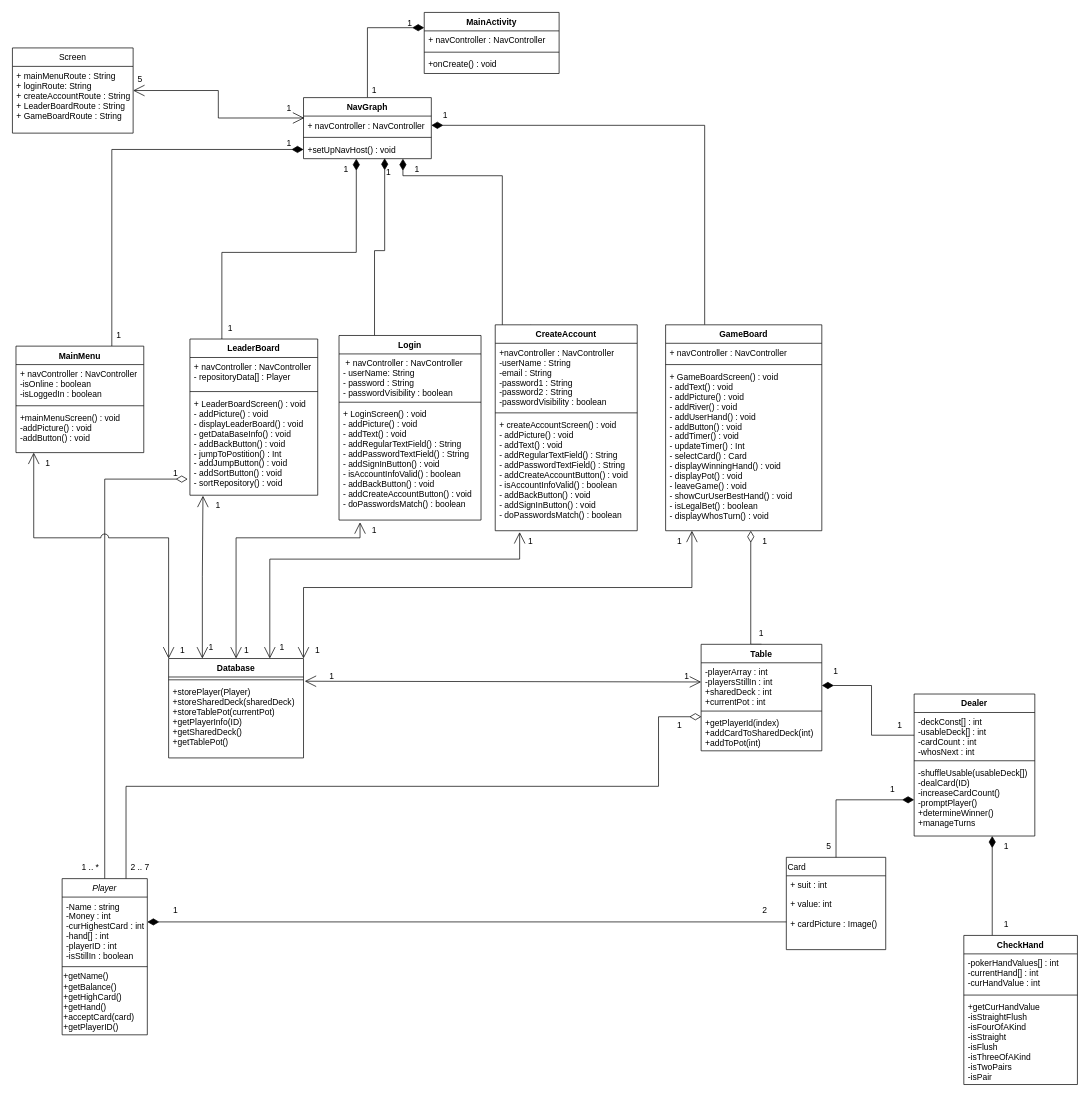
This is ClassDiagramUML.drawio from pierce-powell/ProcessesPoker, a draw.io file, before an edit. Source tidied: cells renumbered, new cells numbered last; positions are measured from the earlier drawing's top-left corner, leaving out a move shared by most shapes. Both pictures are drawn from the tidied source at 71%, with x=0, y=0 at pixel (12, 12).
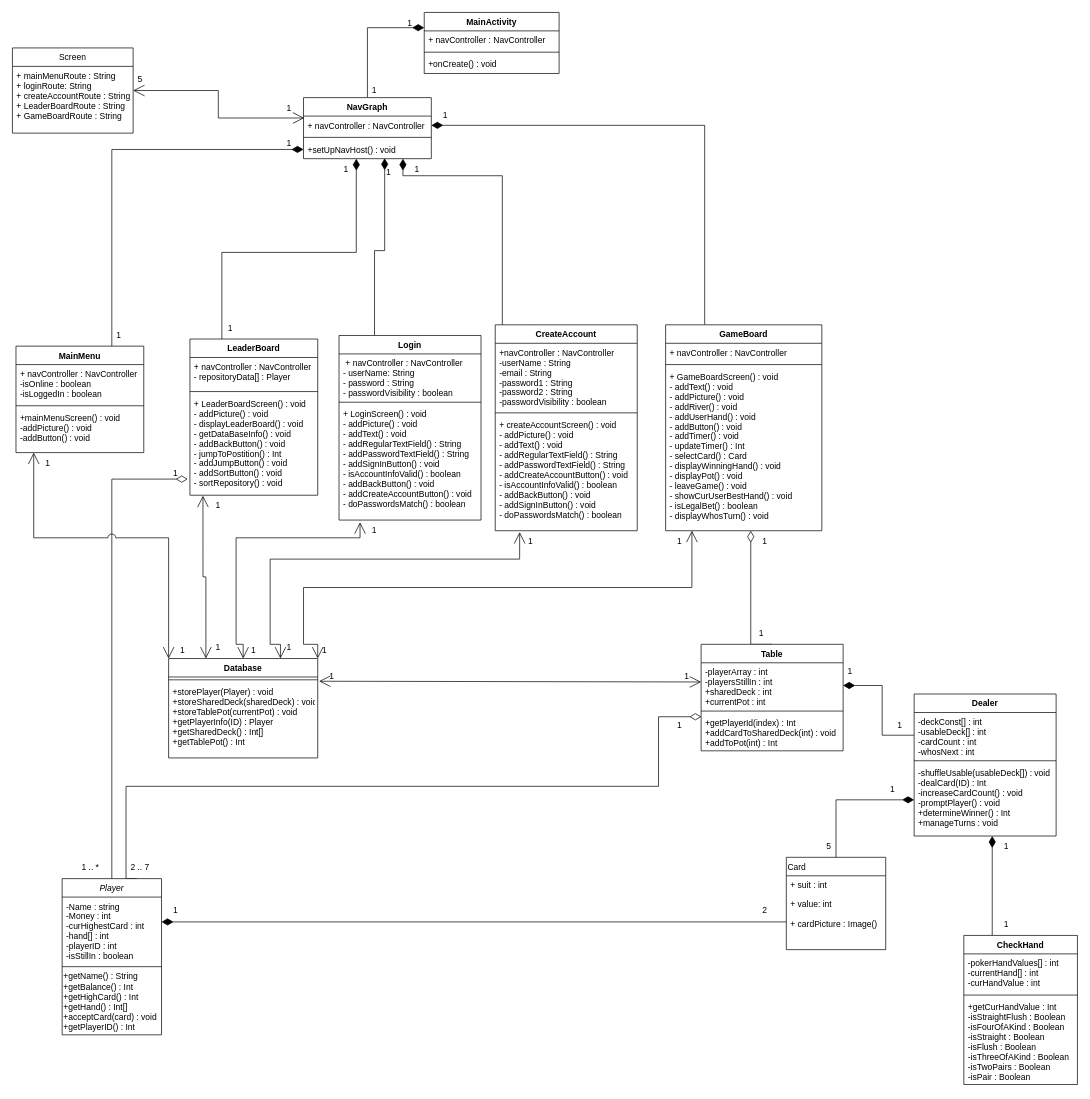
The same page after the edit.

Commit message:
Truly Finished ClassDiagramUML.drawio

Unchanged cells that the change refers to:
```xml
<mxCell id="30" value="CheckHand" style="swimlane;fontStyle=1;align=center;verticalAlign=top;horizontal=1;startSize=26;" parent="1" vertex="1">
  <mxGeometry x="1340" y="1300" width="160" height="210" as="geometry" />
</mxCell>
<mxCell id="52" value="+ createAccountScreen() : void&#10;- addPicture() : void&#10;- addText() : void &#10;- addRegularTextField() : String&#10;- addPasswordTextField() : String&#10;- addCreateAccountButton() : void&#10;- isAccountInfoValid() : boolean&#10;- addBackButton() : void&#10;- addSignInButton() : void&#10;- doPasswordsMatch() : boolean&#10;" style="text;strokeColor=none;fillColor=none;align=left;verticalAlign=top;spacingLeft=4;spacingRight=4;overflow=hidden;points=[[0,0.5],[1,0.5]];portConstraint=eastwest;" parent="49" vertex="1">
  <mxGeometry y="128" width="200" height="162" as="geometry" />
</mxCell>
<mxCell id="57" value="+ LoginScreen() : void&#10;- addPicture() : void&#10;- addText() : void &#10;- addRegularTextField() : String&#10;- addPasswordTextField() : String&#10;- addSignInButton() : void&#10;- isAccountInfoValid() : boolean&#10;- addBackButton() : void&#10;- addCreateAccountButton() : void&#10;- doPasswordsMatch() : boolean" style="text;strokeColor=none;fillColor=none;align=left;verticalAlign=top;spacingLeft=4;spacingRight=4;overflow=hidden;points=[[0,0.5],[1,0.5]];portConstraint=eastwest;" parent="54" vertex="1">
  <mxGeometry y="98" width="200" height="162" as="geometry" />
</mxCell>
```

Change to the diagram source:
```diff
@@
     <mxCell id="4" value="Player" style="swimlane;fontStyle=2;align=center;verticalAlign=top;horizontal=1;startSize=26;rounded=0;shadow=0;strokeWidth=1;" parent="1" vertex="1">
-      <mxGeometry x="70" y="1220" width="120" height="220" as="geometry" />
+      <mxGeometry x="70" y="1220" width="140" height="220" as="geometry" />
     </mxCell>
     <mxCell id="5" value="-Name : string&#10;-Money : int&#10;-curHighestCard : int&#10;-hand[] : int&#10;-playerID : int&#10;-isStillIn : boolean" style="text;align=left;verticalAlign=top;spacingLeft=4;spacingRight=4;overflow=hidden;points=[[0,0.5],[1,0.5]];portConstraint=eastwest;rounded=0;shadow=0;html=0;" parent="4" vertex="1">
-      <mxGeometry y="26" width="120" height="94" as="geometry" />
+      <mxGeometry y="26" width="140" height="94" as="geometry" />
     </mxCell>
     <mxCell id="6" style="line;html=1;strokeWidth=1;align=left;verticalAlign=middle;spacingTop=-1;spacingLeft=3;spacingRight=3;labelPosition=right;" parent="4" vertex="1">
-      <mxGeometry y="120" width="120" height="8" as="geometry" />
+      <mxGeometry y="120" width="140" height="8" as="geometry" />
     </mxCell>
-    <mxCell id="7" value="+getName()&lt;br&gt;+getBalance()&lt;br&gt;+getHighCard()&lt;br&gt;+getHand()&lt;br&gt;+acceptCard(card)&lt;br&gt;+getPlayerID()" style="text;html=1;strokeColor=none;fillColor=none;align=left;verticalAlign=middle;whiteSpace=wrap;rounded=0;" parent="4" vertex="1">
-      <mxGeometry y="128" width="120" height="92" as="geometry" />
+    <mxCell id="7" value="+getName() : String&lt;br&gt;+getBalance() : Int&lt;br&gt;+getHighCard() : Int&lt;br&gt;+getHand() : Int[]&lt;br&gt;+acceptCard(card) : void&lt;br&gt;+getPlayerID() : Int" style="text;html=1;strokeColor=none;fillColor=none;align=left;verticalAlign=middle;whiteSpace=wrap;rounded=0;" parent="4" vertex="1">
+      <mxGeometry y="128" width="140" height="92" as="geometry" />
     </mxCell>
     <mxCell id="8" value="Dealer" style="swimlane;fontStyle=1;align=center;verticalAlign=top;horizontal=1;startSize=26;" parent="1" vertex="1">
-      <mxGeometry x="1270" y="960" width="170" height="200" as="geometry" />
+      <mxGeometry x="1270" y="960" width="200" height="200" as="geometry" />
     </mxCell>
     <mxCell id="9" value="-deckConst[] : int&#10;-usableDeck[] : int&#10;-cardCount : int &#10;-whosNext : int&#10;" style="text;strokeColor=none;fillColor=none;align=left;verticalAlign=top;spacingLeft=4;spacingRight=4;overflow=hidden;points=[[0,0.5],[1,0.5]];portConstraint=eastwest;" parent="8" vertex="1">
-      <mxGeometry y="26" width="170" height="64" as="geometry" />
+      <mxGeometry y="26" width="200" height="64" as="geometry" />
     </mxCell>
     <mxCell id="10" style="line;strokeWidth=1;fillColor=none;align=left;verticalAlign=middle;spacingTop=-1;spacingLeft=3;spacingRight=3;labelPosition=right;" parent="8" vertex="1">
-      <mxGeometry y="90" width="170" height="8" as="geometry" />
+      <mxGeometry y="90" width="200" height="8" as="geometry" />
     </mxCell>
-    <mxCell id="11" value="-shuffleUsable(usableDeck[])&#10;-dealCard(ID) &#10;-increaseCardCount()&#10;-promptPlayer()&#10;+determineWinner()&#10;+manageTurns" style="text;strokeColor=none;fillColor=none;align=left;verticalAlign=top;spacingLeft=4;spacingRight=4;overflow=hidden;points=[[0,0.5],[1,0.5]];portConstraint=eastwest;" parent="8" vertex="1">
-      <mxGeometry y="98" width="170" height="102" as="geometry" />
+    <mxCell id="11" value="-shuffleUsable(usableDeck[]) : void&#10;-dealCard(ID) : Int&#10;-increaseCardCount() : void&#10;-promptPlayer() : void&#10;+determineWinner() : Int&#10;+manageTurns : void" style="text;strokeColor=none;fillColor=none;align=left;verticalAlign=top;spacingLeft=4;spacingRight=4;overflow=hidden;points=[[0,0.5],[1,0.5]];portConstraint=eastwest;" parent="8" vertex="1">
+      <mxGeometry y="98" width="200" height="102" as="geometry" />
     </mxCell>
@@
     <mxCell id="17" value="Table" style="swimlane;fontStyle=1;align=center;verticalAlign=top;horizontal=1;startSize=26;" parent="1" vertex="1">
-      <mxGeometry x="970" y="890" width="170" height="150" as="geometry" />
+      <mxGeometry x="970" y="890" width="200" height="150" as="geometry" />
     </mxCell>
     <mxCell id="18" value="-playerArray : int&#10;-playersStillIn : int&#10;+sharedDeck : int&#10;+currentPot : int" style="text;strokeColor=none;fillColor=none;align=left;verticalAlign=top;spacingLeft=4;spacingRight=4;overflow=hidden;points=[[0,0.5],[1,0.5]];portConstraint=eastwest;" parent="17" vertex="1">
-      <mxGeometry y="26" width="170" height="64" as="geometry" />
+      <mxGeometry y="26" width="200" height="64" as="geometry" />
     </mxCell>
     <mxCell id="19" style="line;strokeWidth=1;fillColor=none;align=left;verticalAlign=middle;spacingTop=-1;spacingLeft=3;spacingRight=3;labelPosition=right;" parent="17" vertex="1">
-      <mxGeometry y="90" width="170" height="8" as="geometry" />
+      <mxGeometry y="90" width="200" height="8" as="geometry" />
     </mxCell>
-    <mxCell id="20" value="+getPlayerId(index)&#10;+addCardToSharedDeck(int)&#10;+addToPot(int)" style="text;strokeColor=none;fillColor=none;align=left;verticalAlign=top;spacingLeft=4;spacingRight=4;overflow=hidden;points=[[0,0.5],[1,0.5]];portConstraint=eastwest;" parent="17" vertex="1">
-      <mxGeometry y="98" width="170" height="52" as="geometry" />
+    <mxCell id="20" value="+getPlayerId(index) : Int&#10;+addCardToSharedDeck(int) : void&#10;+addToPot(int) : Int" style="text;strokeColor=none;fillColor=none;align=left;verticalAlign=top;spacingLeft=4;spacingRight=4;overflow=hidden;points=[[0,0.5],[1,0.5]];portConstraint=eastwest;" parent="17" vertex="1">
+      <mxGeometry y="98" width="200" height="52" as="geometry" />
     </mxCell>
@@
     <mxCell id="22" style="edgeStyle=orthogonalEdgeStyle;rounded=0;jettySize=auto;html=1;exitX=0.5;exitY=0;exitDx=0;exitDy=0;entryX=0.148;entryY=1.019;entryDx=0;entryDy=0;entryPerimeter=0;endArrow=open;endFill=0;strokeWidth=1;endSize=14;startArrow=open;startFill=0;startSize=14;" parent="1" edge="1" source="26" target="57">
       <mxGeometry relative="1" as="geometry">
         <Array as="points">
+          <mxPoint x="325" y="890" />
+          <mxPoint x="315" y="890" />
           <mxPoint x="315" y="740" />
           <mxPoint x="490" y="740" />
         </Array>
       </mxGeometry>
     </mxCell>
     <mxCell id="23" style="edgeStyle=orthogonalEdgeStyle;rounded=0;jettySize=auto;html=1;exitX=0.75;exitY=0;exitDx=0;exitDy=0;entryX=0.172;entryY=1.012;entryDx=0;entryDy=0;entryPerimeter=0;endArrow=open;endFill=0;strokeWidth=1;endSize=14;startArrow=open;startFill=0;startSize=14;" parent="1" edge="1" source="26" target="52">
       <mxGeometry relative="1" as="geometry">
         <Array as="points">
+          <mxPoint x="378" y="890" />
+          <mxPoint x="363" y="890" />
           <mxPoint x="363" y="770" />
           <mxPoint x="714" y="770" />
         </Array>
       </mxGeometry>
     </mxCell>
     <mxCell id="24" style="edgeStyle=orthogonalEdgeStyle;rounded=0;jettySize=auto;html=1;exitX=1;exitY=0;exitDx=0;exitDy=0;endArrow=open;endFill=0;strokeWidth=1;endSize=14;startArrow=open;startFill=0;startSize=14;" parent="1" edge="1" source="26">
       <mxGeometry relative="1" as="geometry">
         <mxPoint x="957" y="730" as="targetPoint" />
         <Array as="points">
+          <mxPoint x="430" y="890" />
+          <mxPoint x="410" y="890" />
           <mxPoint x="410" y="810" />
           <mxPoint x="957" y="810" />
         </Array>
       </mxGeometry>
     </mxCell>
@@
     <mxCell id="26" value="Database" style="swimlane;fontStyle=1;align=center;verticalAlign=top;horizontal=1;startSize=26;" parent="1" vertex="1">
-      <mxGeometry x="220" y="910" width="190" height="140" as="geometry" />
+      <mxGeometry x="220" y="910" width="210" height="140" as="geometry" />
     </mxCell>
     <mxCell id="27" style="line;strokeWidth=1;fillColor=none;align=left;verticalAlign=middle;spacingTop=-1;spacingLeft=3;spacingRight=3;labelPosition=right;points=[];portConstraint=eastwest;" parent="26" vertex="1">
-      <mxGeometry y="26" width="190" height="8" as="geometry" />
+      <mxGeometry y="26" width="210" height="8" as="geometry" />
     </mxCell>
-    <mxCell id="28" value="+storePlayer(Player)&#10;+storeSharedDeck(sharedDeck)&#10;+storeTablePot(currentPot)&#10;+getPlayerInfo(ID)&#10;+getSharedDeck()&#10;+getTablePot()" style="text;strokeColor=none;fillColor=none;align=left;verticalAlign=top;spacingLeft=4;spacingRight=4;overflow=hidden;" parent="26" vertex="1">
-      <mxGeometry y="34" width="190" height="106" as="geometry" />
+    <mxCell id="28" value="+storePlayer(Player) : void&#10;+storeSharedDeck(sharedDeck) : void&#10;+storeTablePot(currentPot) : void&#10;+getPlayerInfo(ID) : Player&#10;+getSharedDeck() : Int[]&#10;+getTablePot() : Int" style="text;strokeColor=none;fillColor=none;align=left;verticalAlign=top;spacingLeft=4;spacingRight=4;overflow=hidden;" parent="26" vertex="1">
+      <mxGeometry y="34" width="210" height="106" as="geometry" />
     </mxCell>
@@
-    <mxCell id="33" value="+getCurHandValue&#10;-isStraightFlush&#10;-isFourOfAKind&#10;-isStraight&#10;-isFlush&#10;-isThreeOfAKind&#10;-isTwoPairs&#10;-isPair" style="text;strokeColor=none;fillColor=none;align=left;verticalAlign=top;spacingLeft=4;spacingRight=4;overflow=hidden;" parent="30" vertex="1">
+    <mxCell id="33" value="+getCurHandValue : Int&#10;-isStraightFlush : Boolean&#10;-isFourOfAKind : Boolean&#10;-isStraight : Boolean&#10;-isFlush : Boolean&#10;-isThreeOfAKind : Boolean&#10;-isTwoPairs : Boolean&#10;-isPair : Boolean" style="text;strokeColor=none;fillColor=none;align=left;verticalAlign=top;spacingLeft=4;spacingRight=4;overflow=hidden;" parent="30" vertex="1">
       <mxGeometry y="88" width="160" height="122" as="geometry" />
     </mxCell>
@@
     <mxCell id="80" value="1" style="text;html=1;strokeColor=none;fillColor=none;align=center;verticalAlign=middle;whiteSpace=wrap;rounded=0;" parent="1" vertex="1">
-      <mxGeometry x="1130" y="914" width="60" height="30" as="geometry" />
+      <mxGeometry x="1150" y="914" width="60" height="30" as="geometry" />
     </mxCell>
@@
     <mxCell id="89" value="1" style="text;html=1;strokeColor=none;fillColor=none;align=center;verticalAlign=middle;whiteSpace=wrap;rounded=0;" parent="1" vertex="1">
-      <mxGeometry x="400" y="884" width="60" height="30" as="geometry" />
+      <mxGeometry x="410" y="884" width="60" height="30" as="geometry" />
     </mxCell>
     <mxCell id="90" value="1" style="text;html=1;strokeColor=none;fillColor=none;align=center;verticalAlign=middle;whiteSpace=wrap;rounded=0;" parent="1" vertex="1">
-      <mxGeometry x="350" y="880" width="60" height="30" as="geometry" />
+      <mxGeometry x="360" y="880" width="60" height="30" as="geometry" />
     </mxCell>
     <mxCell id="91" value="1" style="text;html=1;strokeColor=none;fillColor=none;align=center;verticalAlign=middle;whiteSpace=wrap;rounded=0;" parent="1" vertex="1">
-      <mxGeometry x="300" y="884" width="60" height="30" as="geometry" />
+      <mxGeometry x="310" y="884" width="60" height="30" as="geometry" />
     </mxCell>
     <mxCell id="92" value="1" style="text;html=1;strokeColor=none;fillColor=none;align=center;verticalAlign=middle;whiteSpace=wrap;rounded=0;" parent="1" vertex="1">
-      <mxGeometry x="250" y="880" width="60" height="30" as="geometry" />
+      <mxGeometry x="260" y="880" width="60" height="30" as="geometry" />
     </mxCell>
```
